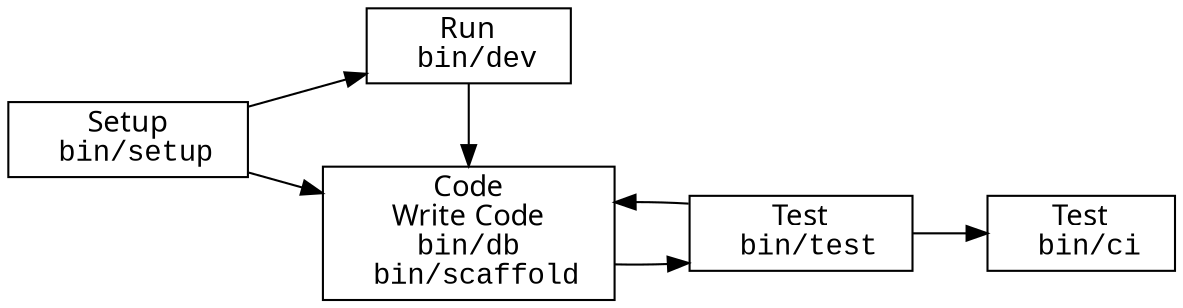
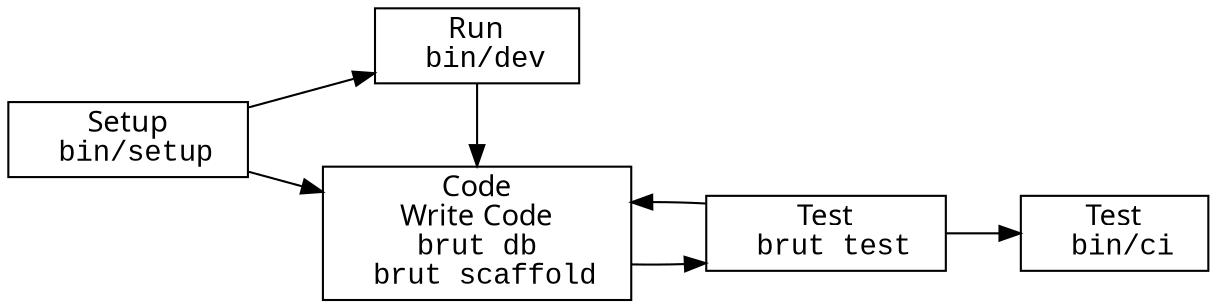
digraph G {

  rankdir="LR"
  nodesep=0.55
  compound=true
  node[shape=box fontname=avenir]

  Setup[label=<
    <FONT face="avenir">Setup</FONT>
    <br/>
    <FONT face="Courier New">bin/setup</FONT>
  >]
  Run[label=<
    <FONT face="avenir">Run</FONT>
    <br/>
    <FONT face="Courier New">bin/dev</FONT>
  >]
  Test[label=<
    <FONT face="avenir">Test</FONT>
    <br/>
-     <FONT face="Courier New">bin/test</FONT>
+     <FONT face="Courier New">brut test</FONT>
  >]
  CI[label=<
    <FONT face="avenir">Test</FONT>
    <br/>
    <FONT face="Courier New">bin/ci</FONT>
  >]
  Code[label=<
    <FONT face="avenir">Code</FONT>
    <br/>
    <FONT face="Baskerville">Write Code</FONT>
    <br/>
-     <FONT face="Courier New">bin/db</FONT>
+     <FONT face="Courier New">brut db</FONT>
    <br/>
-     <FONT face="Courier New">bin/scaffold</FONT>
+     <FONT face="Courier New">brut scaffold</FONT>
  >]
  Setup -> Run
  Setup -> Code
  Run   -> Code
  Code  -> Test
  Test  -> Code
  Test  -> CI
  { rank=same; Run; Code; }
}
